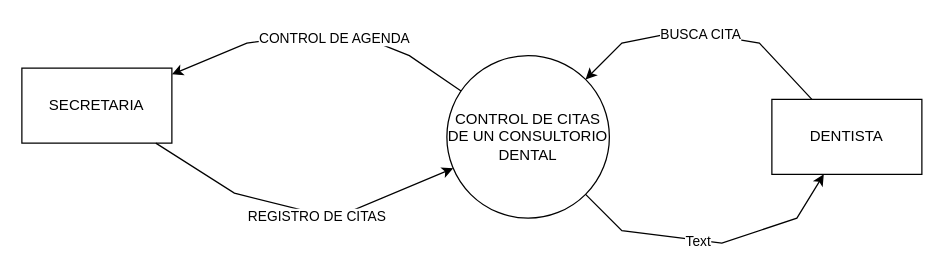
This is tarea.drawio from tomyivan/juez-pato, a draw.io file, before an edit. Source tidied: cells renumbered, new cells numbered last; positions are measured from the earlier drawing's top-left corner, leaving out a move shared by most shapes. Both pictures are drawn from the tidied source at 125%, with x=0, y=0 at pixel (21, 30).
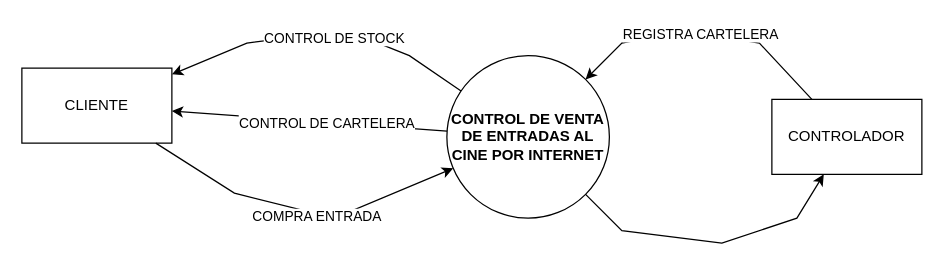
The same diagram, later.

The change refers to these unchanged cells:
```xml
<mxCell id="4" style="endArrow=classic;html=1;rounded=0;" parent="1" edge="1" source="2" target="3">
  <mxGeometry relative="1" as="geometry">
    <Array as="points">
      <mxPoint x="310" y="20" />
      <mxPoint x="260" />
      <mxPoint x="180" y="10" />
    </Array>
  </mxGeometry>
</mxCell>
<mxCell id="7" style="endArrow=classic;html=1;rounded=0;" parent="1" edge="1" source="3" target="2">
  <mxGeometry relative="1" as="geometry">
    <Array as="points">
      <mxPoint x="170" y="130" />
      <mxPoint x="250" y="150" />
    </Array>
  </mxGeometry>
</mxCell>
<mxCell id="9" style="endArrow=classic;html=1;rounded=0;" parent="1" edge="1" source="6" target="2">
  <mxGeometry relative="1" as="geometry">
    <Array as="points">
      <mxPoint x="590" y="10" />
      <mxPoint x="530" />
      <mxPoint x="480" y="10" />
    </Array>
  </mxGeometry>
</mxCell>
<mxCell id="11" style="endArrow=classic;html=1;rounded=0;" parent="1" edge="1" source="2" target="6">
  <mxGeometry relative="1" as="geometry">
    <Array as="points">
      <mxPoint x="480" y="160" />
      <mxPoint x="560" y="170" />
      <mxPoint x="620" y="150" />
    </Array>
  </mxGeometry>
</mxCell>
```

What changed in the source:
```diff
@@
-    <mxCell id="2" value="CONTROL DE CITAS DE UN CONSULTORIO DENTAL" style="ellipse;whiteSpace=wrap;html=1;" parent="1" vertex="1">
+    <mxCell id="2" value="&lt;b&gt;CONTROL DE VENTA DE ENTRADAS AL CINE POR INTERNET&lt;/b&gt;" style="ellipse;whiteSpace=wrap;html=1;" parent="1" vertex="1">
       <mxGeometry x="340" y="20" width="130" height="130" as="geometry" />
     </mxCell>
-    <mxCell id="3" value="SECRETARIA" style="rounded=0;whiteSpace=wrap;html=1;" parent="1" vertex="1">
+    <mxCell id="3" value="CLIENTE" style="rounded=0;whiteSpace=wrap;html=1;" parent="1" vertex="1">
       <mxGeometry y="30" width="120" height="60" as="geometry" />
     </mxCell>
@@
-    <mxCell id="5" value="CONTROL DE AGENDA" style="edgeLabel;html=1;align=center;verticalAlign=middle;" parent="4" vertex="1">
+    <mxCell id="5" value="CONTROL DE STOCK" style="edgeLabel;html=1;align=center;verticalAlign=middle;" parent="4" vertex="1">
       <mxGeometry x="-0.08" y="4" relative="1" as="geometry" />
     </mxCell>
-    <mxCell id="6" value="DENTISTA" style="rounded=0;whiteSpace=wrap;html=1;" parent="1" vertex="1">
+    <mxCell id="6" value="CONTROLADOR" style="rounded=0;whiteSpace=wrap;html=1;" parent="1" vertex="1">
       <mxGeometry x="600" y="55" width="120" height="60" as="geometry" />
     </mxCell>
@@
-    <mxCell id="8" value="REGISTRO DE CITAS" style="edgeLabel;html=1;align=center;verticalAlign=middle;" parent="7" vertex="1">
+    <mxCell id="8" value="COMPRA ENTRADA" style="edgeLabel;html=1;align=center;verticalAlign=middle;" parent="7" vertex="1">
       <mxGeometry x="0.1" y="-2" relative="1" as="geometry" />
     </mxCell>
@@
-    <mxCell id="10" value="BUSCA CITA" style="edgeLabel;html=1;align=center;verticalAlign=middle;" parent="9" vertex="1">
+    <mxCell id="10" value="REGISTRA CARTELERA" style="edgeLabel;html=1;align=center;verticalAlign=middle;" parent="9" vertex="1">
       <mxGeometry x="0.03" relative="1" as="geometry" />
     </mxCell>
@@
-    <mxCell id="12" value="Text" style="edgeLabel;html=1;align=center;verticalAlign=middle;" parent="11" vertex="1">
-      <mxGeometry x="-0.1" y="-1" relative="1" as="geometry" />
-    </mxCell>
+    <mxCell id="13" style="endArrow=classic;html=1;rounded=0;" parent="1" edge="1" source="2" target="3">
+      <mxGeometry relative="1" as="geometry" />
+    </mxCell>
+    <mxCell id="14" value="CONTROL DE CARTELERA" style="edgeLabel;html=1;align=center;verticalAlign=middle;" parent="13" vertex="1">
+      <mxGeometry x="-0.12" relative="1" as="geometry" />
+    </mxCell>
```
